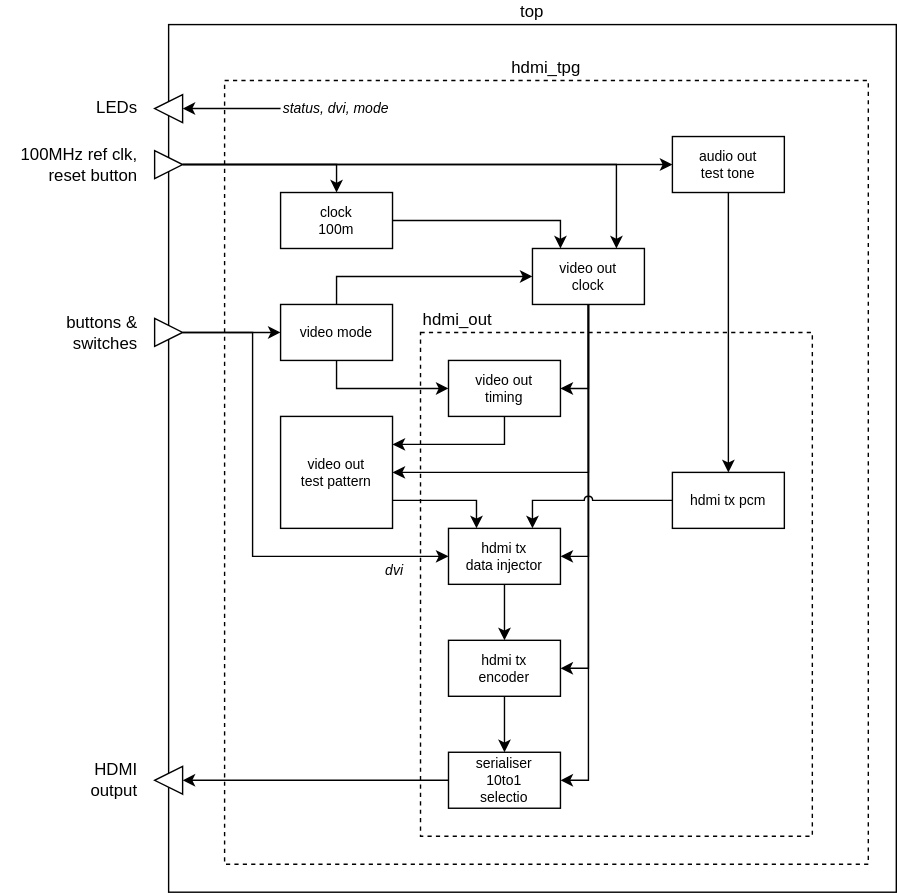
This is doc/hdmi_tpg/hdmi_tpg.svg from amb5l/tyto_project, a draw.io export, as it was before one commit. Source tidied: cells renumbered, new cells last; positions are measured from the earlier drawing's top-left corner, leaving out a move shared by most shapes.
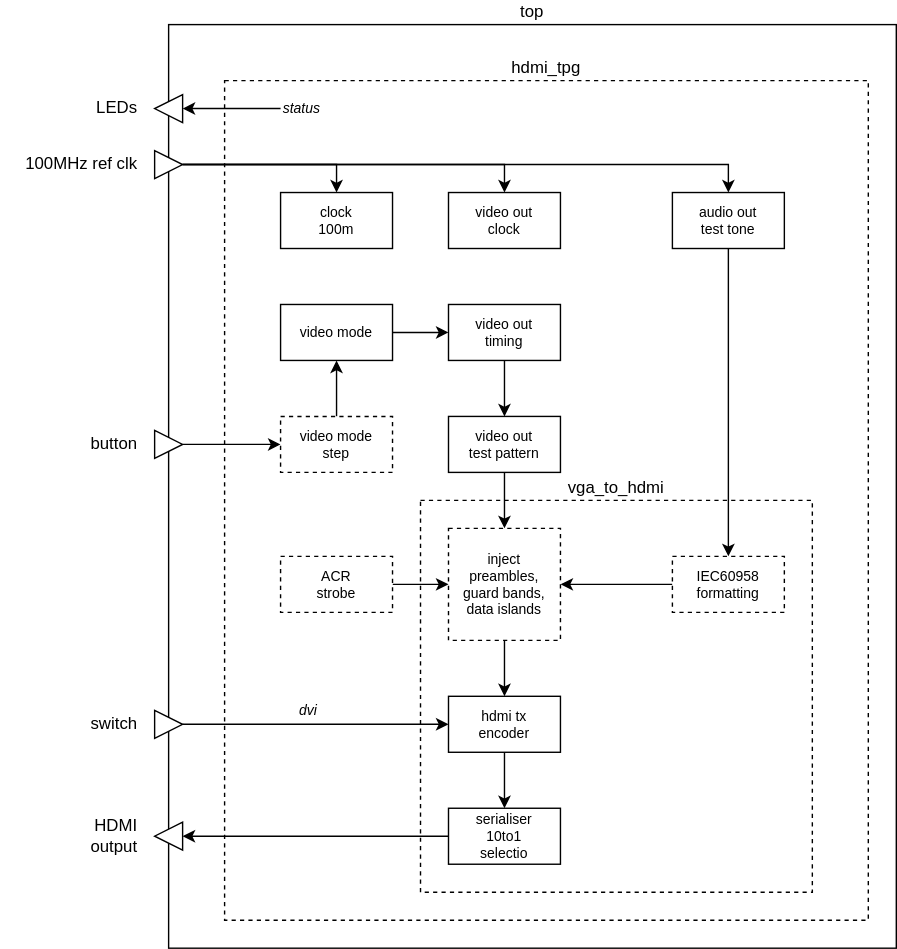
Later version of the same file.

Commit message:
hdmi_tpg: switch to new vga_to_hdmi IP core

The edit, as a diff of the source:
```diff
@@ -3,72 +3,46 @@
     <mxCell id="0" />
     <mxCell id="1" parent="0" />
     <mxCell id="2" value="top" style="rounded=0;whiteSpace=wrap;html=1;fontSize=12;glass=0;strokeWidth=1;shadow=0;labelPosition=center;verticalLabelPosition=top;align=center;verticalAlign=bottom;fillColor=none;" parent="1" vertex="1">
-      <mxGeometry x="120" width="520" height="620" as="geometry" />
+      <mxGeometry x="120" width="520" height="660" as="geometry" />
     </mxCell>
     <mxCell id="3" value="hdmi_tpg" style="rounded=0;whiteSpace=wrap;html=1;fontSize=12;glass=0;strokeWidth=1;shadow=0;labelPosition=center;verticalLabelPosition=top;align=center;verticalAlign=bottom;fillColor=none;dashed=1;" parent="1" vertex="1">
-      <mxGeometry x="160" y="40" width="460" height="560" as="geometry" />
+      <mxGeometry x="160" y="40" width="460" height="600" as="geometry" />
     </mxCell>
-    <mxCell id="4" value="hdmi_out" style="rounded=0;whiteSpace=wrap;html=1;fontSize=12;glass=0;strokeWidth=1;shadow=0;labelPosition=center;verticalLabelPosition=top;align=left;verticalAlign=bottom;fillColor=none;dashed=1;" parent="1" vertex="1">
-      <mxGeometry x="300" y="220" width="280" height="360" as="geometry" />
+    <mxCell id="4" value="vga_to_hdmi" style="rounded=0;whiteSpace=wrap;html=1;fontSize=12;glass=0;strokeWidth=1;shadow=0;labelPosition=center;verticalLabelPosition=top;align=center;verticalAlign=bottom;fillColor=none;dashed=1;" parent="1" vertex="1">
+      <mxGeometry x="300" y="340" width="280" height="280" as="geometry" />
     </mxCell>
     <mxCell id="5" style="edgeStyle=orthogonalEdgeStyle;rounded=0;jumpStyle=arc;jettySize=auto;html=1;exitX=1;exitY=0.5;exitDx=0;exitDy=0;entryX=0.5;entryY=0;entryDx=0;entryDy=0;endArrow=classic;endFill=1;fontSize=10;" parent="1" edge="1" source="8" target="16">
       <mxGeometry relative="1" as="geometry" />
     </mxCell>
+    <mxCell id="7" style="edgeStyle=orthogonalEdgeStyle;rounded=0;jumpStyle=arc;jettySize=auto;html=1;exitX=1;exitY=0.5;exitDx=0;exitDy=0;entryX=0.5;entryY=0;entryDx=0;entryDy=0;endArrow=classic;endFill=1;fontSize=10;" parent="1" edge="1" source="8" target="22">
+      <mxGeometry relative="1" as="geometry" />
+    </mxCell>
-    <mxCell id="6" style="edgeStyle=orthogonalEdgeStyle;rounded=0;jumpStyle=arc;jettySize=auto;html=1;exitX=1;exitY=0.5;exitDx=0;exitDy=0;entryX=0;entryY=0.5;entryDx=0;entryDy=0;endArrow=classic;endFill=1;fontSize=10;" parent="1" edge="1" source="8" target="31">
+    <mxCell id="6" style="edgeStyle=orthogonalEdgeStyle;rounded=0;jettySize=auto;html=1;exitX=1;exitY=0.5;exitDx=0;exitDy=0;entryX=0.5;entryY=0;entryDx=0;entryDy=0;" parent="1" edge="1" source="8" target="31">
       <mxGeometry relative="1" as="geometry" />
     </mxCell>
-    <mxCell id="7" style="edgeStyle=orthogonalEdgeStyle;rounded=0;jumpStyle=arc;jettySize=auto;html=1;exitX=1;exitY=0.5;exitDx=0;exitDy=0;entryX=0.75;entryY=0;entryDx=0;entryDy=0;endArrow=classic;endFill=1;fontSize=10;" parent="1" edge="1" source="8" target="22">
-      <mxGeometry relative="1" as="geometry" />
-    </mxCell>
     <mxCell id="8" style="triangle;whiteSpace=wrap;html=1;" parent="1" vertex="1">
       <mxGeometry x="110" y="90" width="20" height="20" as="geometry" />
     </mxCell>
-    <mxCell id="9" value="100MHz ref clk, reset button" style="text;html=1;strokeColor=none;fillColor=none;align=right;verticalAlign=middle;whiteSpace=wrap;rounded=0;" parent="1" vertex="1">
+    <mxCell id="9" value="100MHz ref clk" style="text;html=1;strokeColor=none;fillColor=none;align=right;verticalAlign=middle;whiteSpace=wrap;rounded=0;" parent="1" vertex="1">
       <mxGeometry y="90" width="100" height="20" as="geometry" />
     </mxCell>
     <mxCell id="10" value="HDMI output" style="text;html=1;strokeColor=none;fillColor=none;align=right;verticalAlign=middle;whiteSpace=wrap;rounded=0;" parent="1" vertex="1">
-      <mxGeometry x="40" y="530" width="60" height="20" as="geometry" />
+      <mxGeometry x="40" y="570" width="60" height="20" as="geometry" />
     </mxCell>
-    <mxCell id="11" style="edgeStyle=orthogonalEdgeStyle;rounded=0;jumpStyle=arc;jettySize=auto;html=1;exitX=1;exitY=0.5;exitDx=0;exitDy=0;entryX=0;entryY=0.5;entryDx=0;entryDy=0;endArrow=classic;endFill=1;fontSize=10;" parent="1" edge="1" source="13" target="27">
+    <mxCell id="11" style="edgeStyle=orthogonalEdgeStyle;rounded=0;jumpStyle=arc;jettySize=auto;html=1;exitX=1;exitY=0.5;exitDx=0;exitDy=0;entryX=0;entryY=0.5;entryDx=0;entryDy=0;endArrow=classic;endFill=1;fontSize=10;" parent="1" edge="1" source="13" target="54">
       <mxGeometry relative="1" as="geometry" />
     </mxCell>
-    <mxCell id="12" style="edgeStyle=orthogonalEdgeStyle;rounded=0;jettySize=auto;html=1;exitX=1;exitY=0.5;exitDx=0;exitDy=0;entryX=0;entryY=0.5;entryDx=0;entryDy=0;" parent="1" edge="1" source="13" target="28">
-      <mxGeometry relative="1" as="geometry">
-        <Array as="points">
-          <mxPoint x="180" y="220" />
-          <mxPoint x="180" y="380" />
-        </Array>
-      </mxGeometry>
-    </mxCell>
     <mxCell id="13" style="triangle;whiteSpace=wrap;html=1;" parent="1" vertex="1">
-      <mxGeometry x="110" y="210" width="20" height="20" as="geometry" />
+      <mxGeometry x="110" y="290" width="20" height="20" as="geometry" />
     </mxCell>
-    <mxCell id="14" value="buttons &amp;amp; switches" style="text;html=1;strokeColor=none;fillColor=none;align=right;verticalAlign=middle;whiteSpace=wrap;rounded=0;" parent="1" vertex="1">
-      <mxGeometry y="210" width="100" height="20" as="geometry" />
+    <mxCell id="14" value="button" style="text;html=1;strokeColor=none;fillColor=none;align=right;verticalAlign=middle;whiteSpace=wrap;rounded=0;" parent="1" vertex="1">
+      <mxGeometry y="290" width="100" height="20" as="geometry" />
     </mxCell>
-    <mxCell id="15" style="edgeStyle=orthogonalEdgeStyle;rounded=0;jumpStyle=arc;jettySize=auto;html=1;exitX=1;exitY=0.5;exitDx=0;exitDy=0;endArrow=classic;endFill=1;fontSize=10;entryX=0.25;entryY=0;entryDx=0;entryDy=0;" parent="1" edge="1" source="16" target="22">
-      <mxGeometry relative="1" as="geometry" />
-    </mxCell>
     <mxCell id="16" value="clock&lt;br&gt;100m" style="rounded=0;whiteSpace=wrap;html=1;fontSize=10;glass=0;strokeWidth=1;shadow=0;" parent="1" vertex="1">
       <mxGeometry x="200" y="120" width="80" height="40" as="geometry" />
     </mxCell>
-    <mxCell id="17" style="edgeStyle=orthogonalEdgeStyle;rounded=0;jettySize=auto;html=1;exitX=0.5;exitY=1;exitDx=0;exitDy=0;entryX=1;entryY=0.5;entryDx=0;entryDy=0;" parent="1" edge="1" source="22" target="35">
-      <mxGeometry relative="1" as="geometry" />
-    </mxCell>
-    <mxCell id="18" style="edgeStyle=orthogonalEdgeStyle;rounded=0;jettySize=auto;html=1;exitX=0.5;exitY=1;exitDx=0;exitDy=0;entryX=1;entryY=0.5;entryDx=0;entryDy=0;" parent="1" edge="1" source="22" target="33">
-      <mxGeometry relative="1" as="geometry" />
-    </mxCell>
-    <mxCell id="19" style="edgeStyle=orthogonalEdgeStyle;rounded=0;jettySize=auto;html=1;exitX=0.5;exitY=1;exitDx=0;exitDy=0;entryX=1;entryY=0.5;entryDx=0;entryDy=0;" parent="1" edge="1" source="22" target="28">
-      <mxGeometry relative="1" as="geometry" />
-    </mxCell>
-    <mxCell id="20" style="edgeStyle=orthogonalEdgeStyle;rounded=0;jumpStyle=arc;jettySize=auto;html=1;exitX=0.5;exitY=1;exitDx=0;exitDy=0;entryX=1;entryY=0.5;entryDx=0;entryDy=0;" parent="1" edge="1" source="22" target="36">
-      <mxGeometry relative="1" as="geometry" />
-    </mxCell>
-    <mxCell id="21" style="edgeStyle=orthogonalEdgeStyle;rounded=0;jumpStyle=arc;jettySize=auto;html=1;exitX=0.5;exitY=1;exitDx=0;exitDy=0;entryX=1;entryY=0.5;entryDx=0;entryDy=0;" parent="1" edge="1" source="22" target="38">
-      <mxGeometry relative="1" as="geometry" />
-    </mxCell>
     <mxCell id="22" value="video out&lt;br style=&quot;font-size: 10px;&quot;&gt;clock" style="rounded=0;whiteSpace=wrap;html=1;fontSize=10;glass=0;strokeWidth=1;shadow=0;" parent="1" vertex="1">
-      <mxGeometry x="380" y="160" width="80" height="40" as="geometry" />
+      <mxGeometry x="320" y="120" width="80" height="40" as="geometry" />
     </mxCell>
     <mxCell id="23" style="triangle;whiteSpace=wrap;html=1;rotation=-180;" parent="1" vertex="1">
       <mxGeometry x="110" y="50" width="20" height="20" as="geometry" />
@@ -76,68 +50,86 @@
     <mxCell id="24" value="LEDs" style="text;html=1;strokeColor=none;fillColor=none;align=right;verticalAlign=middle;whiteSpace=wrap;rounded=0;" parent="1" vertex="1">
       <mxGeometry y="50" width="100" height="20" as="geometry" />
     </mxCell>
-    <mxCell id="25" style="edgeStyle=orthogonalEdgeStyle;rounded=0;jettySize=auto;html=1;exitX=0.5;exitY=1;exitDx=0;exitDy=0;entryX=0;entryY=0.5;entryDx=0;entryDy=0;" parent="1" edge="1" source="27" target="35">
+    <mxCell id="25" style="edgeStyle=orthogonalEdgeStyle;rounded=0;jettySize=auto;html=1;exitX=1;exitY=0.5;exitDx=0;exitDy=0;" parent="1" edge="1" source="27" target="35">
       <mxGeometry relative="1" as="geometry" />
     </mxCell>
-    <mxCell id="26" style="edgeStyle=orthogonalEdgeStyle;rounded=0;jettySize=auto;html=1;exitX=0.5;exitY=0;exitDx=0;exitDy=0;" parent="1" edge="1" source="27" target="22">
-      <mxGeometry relative="1" as="geometry" />
-    </mxCell>
     <mxCell id="27" value="video mode" style="rounded=0;whiteSpace=wrap;html=1;fontSize=10;glass=0;strokeWidth=1;shadow=0;" parent="1" vertex="1">
       <mxGeometry x="200" y="200" width="80" height="40" as="geometry" />
     </mxCell>
-    <mxCell id="28" value="hdmi tx&lt;br style=&quot;font-size: 10px;&quot;&gt;data injector" style="rounded=0;whiteSpace=wrap;html=1;fontSize=10;glass=0;strokeWidth=1;shadow=0;" parent="1" vertex="1">
-      <mxGeometry x="320" y="360" width="80" height="40" as="geometry" />
-    </mxCell>
-    <mxCell id="29" value="hdmi tx pcm" style="rounded=0;whiteSpace=wrap;html=1;fontSize=10;glass=0;strokeWidth=1;shadow=0;" parent="1" vertex="1">
-      <mxGeometry x="480" y="320" width="80" height="40" as="geometry" />
-    </mxCell>
-    <mxCell id="30" style="edgeStyle=orthogonalEdgeStyle;rounded=0;jettySize=auto;html=1;exitX=0.5;exitY=1;exitDx=0;exitDy=0;entryX=0.5;entryY=0;entryDx=0;entryDy=0;" parent="1" edge="1" source="31" target="29">
+    <mxCell id="30" style="edgeStyle=orthogonalEdgeStyle;rounded=0;jettySize=auto;html=1;exitX=0.5;exitY=1;exitDx=0;exitDy=0;entryX=0.5;entryY=0;entryDx=0;entryDy=0;" parent="1" edge="1" source="31" target="48">
       <mxGeometry relative="1" as="geometry" />
     </mxCell>
     <mxCell id="31" value="audio out&lt;br style=&quot;font-size: 10px;&quot;&gt;test tone" style="rounded=0;whiteSpace=wrap;html=1;fontSize=10;glass=0;strokeWidth=1;shadow=0;" parent="1" vertex="1">
-      <mxGeometry x="480" y="80" width="80" height="40" as="geometry" />
+      <mxGeometry x="480" y="120" width="80" height="40" as="geometry" />
     </mxCell>
-    <mxCell id="32" style="edgeStyle=orthogonalEdgeStyle;rounded=0;jumpStyle=arc;jettySize=auto;html=1;exitX=1;exitY=0.75;exitDx=0;exitDy=0;entryX=0.25;entryY=0;entryDx=0;entryDy=0;fontSize=10;" parent="1" edge="1" source="33" target="28">
-      <mxGeometry relative="1" as="geometry" />
-    </mxCell>
+    <mxCell id="46" style="edgeStyle=orthogonalEdgeStyle;rounded=0;jettySize=auto;html=1;exitX=0.5;exitY=1;exitDx=0;exitDy=0;entryX=0.5;entryY=0;entryDx=0;entryDy=0;" parent="1" edge="1" source="33" target="50">
+      <mxGeometry relative="1" as="geometry" />
+    </mxCell>
     <mxCell id="33" value="video out&lt;br style=&quot;font-size: 10px;&quot;&gt;test pattern" style="rounded=0;whiteSpace=wrap;html=1;fontSize=10;glass=0;strokeWidth=1;shadow=0;" parent="1" vertex="1">
-      <mxGeometry x="200" y="280" width="80" height="80" as="geometry" />
+      <mxGeometry x="320" y="280" width="80" height="40" as="geometry" />
     </mxCell>
-    <mxCell id="34" style="edgeStyle=orthogonalEdgeStyle;rounded=0;jumpStyle=arc;jettySize=auto;html=1;exitX=0.5;exitY=1;exitDx=0;exitDy=0;entryX=1;entryY=0.25;entryDx=0;entryDy=0;fontSize=10;" parent="1" edge="1" source="35" target="33">
+    <mxCell id="34" style="edgeStyle=orthogonalEdgeStyle;rounded=0;jettySize=auto;html=1;exitX=0.5;exitY=1;exitDx=0;exitDy=0;entryX=0.5;entryY=0;entryDx=0;entryDy=0;" parent="1" edge="1" source="35" target="33">
       <mxGeometry relative="1" as="geometry" />
     </mxCell>
     <mxCell id="35" value="video out&lt;br style=&quot;font-size: 10px&quot;&gt;timing" style="rounded=0;whiteSpace=wrap;html=1;fontSize=10;glass=0;strokeWidth=1;shadow=0;" parent="1" vertex="1">
-      <mxGeometry x="320" y="240" width="80" height="40" as="geometry" />
+      <mxGeometry x="320" y="200" width="80" height="40" as="geometry" />
     </mxCell>
+    <mxCell id="40" style="edgeStyle=orthogonalEdgeStyle;rounded=0;jettySize=auto;html=1;exitX=0.5;exitY=1;exitDx=0;exitDy=0;entryX=0.5;entryY=0;entryDx=0;entryDy=0;" parent="1" edge="1" source="36" target="38">
+      <mxGeometry relative="1" as="geometry" />
+    </mxCell>
     <mxCell id="36" value="hdmi tx&lt;br style=&quot;font-size: 10px;&quot;&gt;encoder" style="rounded=0;whiteSpace=wrap;html=1;fontSize=10;glass=0;strokeWidth=1;shadow=0;" parent="1" vertex="1">
-      <mxGeometry x="320" y="440" width="80" height="40" as="geometry" />
+      <mxGeometry x="320" y="480" width="80" height="40" as="geometry" />
     </mxCell>
     <mxCell id="37" style="edgeStyle=orthogonalEdgeStyle;rounded=0;jumpStyle=arc;jettySize=auto;html=1;exitX=0;exitY=0.5;exitDx=0;exitDy=0;entryX=0;entryY=0.5;entryDx=0;entryDy=0;endArrow=classic;endFill=1;fontSize=10;" parent="1" edge="1" source="38" target="41">
       <mxGeometry relative="1" as="geometry" />
     </mxCell>
     <mxCell id="38" value="serialiser&lt;br&gt;10to1&lt;br style=&quot;font-size: 10px&quot;&gt;selectio" style="rounded=0;whiteSpace=wrap;html=1;fontSize=10;glass=0;strokeWidth=1;shadow=0;" parent="1" vertex="1">
-      <mxGeometry x="320" y="520" width="80" height="40" as="geometry" />
+      <mxGeometry x="320" y="560" width="80" height="40" as="geometry" />
     </mxCell>
-    <mxCell id="39" style="endArrow=classic;html=1;entryX=0.5;entryY=0;entryDx=0;entryDy=0;exitX=0.5;exitY=1;exitDx=0;exitDy=0;" parent="1" edge="1" source="28" target="36">
-      <mxGeometry relative="1" as="geometry" />
-    </mxCell>
-    <mxCell id="40" style="endArrow=classic;html=1;entryX=0.5;entryY=0;entryDx=0;entryDy=0;exitX=0.5;exitY=1;exitDx=0;exitDy=0;" parent="1" edge="1" source="36" target="38">
-      <mxGeometry relative="1" as="geometry" />
-    </mxCell>
     <mxCell id="41" style="triangle;whiteSpace=wrap;html=1;rotation=-180;" parent="1" vertex="1">
-      <mxGeometry x="110" y="530" width="20" height="20" as="geometry" />
+      <mxGeometry x="110" y="570" width="20" height="20" as="geometry" />
     </mxCell>
     <mxCell id="42" style="edgeStyle=orthogonalEdgeStyle;rounded=0;jumpStyle=arc;jettySize=auto;html=1;exitX=0;exitY=0.5;exitDx=0;exitDy=0;entryX=0;entryY=0.5;entryDx=0;entryDy=0;endArrow=classic;endFill=1;fontSize=10;" parent="1" edge="1" source="44" target="23">
       <mxGeometry relative="1" as="geometry" />
     </mxCell>
+    <mxCell id="44" value="&lt;span style=&quot;font-size: 10px&quot;&gt;status&lt;br style=&quot;font-size: 10px&quot;&gt;&lt;/span&gt;" style="text;html=1;strokeColor=none;fillColor=none;align=left;verticalAlign=middle;whiteSpace=wrap;rounded=0;fontStyle=2;fontSize=10;" parent="1" vertex="1">
+      <mxGeometry x="200" y="50" width="160" height="20" as="geometry" />
+    </mxCell>
+    <mxCell id="47" style="edgeStyle=orthogonalEdgeStyle;rounded=0;jettySize=auto;html=1;exitX=0;exitY=0.5;exitDx=0;exitDy=0;entryX=1;entryY=0.5;entryDx=0;entryDy=0;" parent="1" edge="1" source="48" target="50">
+      <mxGeometry relative="1" as="geometry" />
+    </mxCell>
+    <mxCell id="48" value="IEC60958&lt;br&gt;formatting" style="rounded=0;whiteSpace=wrap;html=1;fontSize=10;glass=0;strokeWidth=1;shadow=0;dashed=1;" parent="1" vertex="1">
+      <mxGeometry x="480" y="380" width="80" height="40" as="geometry" />
+    </mxCell>
+    <mxCell id="49" style="edgeStyle=orthogonalEdgeStyle;rounded=0;jettySize=auto;html=1;exitX=0.5;exitY=1;exitDx=0;exitDy=0;entryX=0.5;entryY=0;entryDx=0;entryDy=0;" parent="1" edge="1" source="50" target="36">
+      <mxGeometry relative="1" as="geometry" />
+    </mxCell>
+    <mxCell id="50" value="inject&lt;br&gt;preambles,&lt;br&gt;guard bands,&lt;br&gt;data islands" style="rounded=0;whiteSpace=wrap;html=1;fontSize=10;glass=0;strokeWidth=1;shadow=0;dashed=1;" parent="1" vertex="1">
+      <mxGeometry x="320" y="360" width="80" height="80" as="geometry" />
+    </mxCell>
+    <mxCell id="51" style="edgeStyle=orthogonalEdgeStyle;rounded=0;jettySize=auto;html=1;exitX=1;exitY=0.5;exitDx=0;exitDy=0;entryX=0;entryY=0.5;entryDx=0;entryDy=0;" parent="1" edge="1" source="52" target="50">
+      <mxGeometry relative="1" as="geometry" />
+    </mxCell>
+    <mxCell id="52" value="ACR&lt;br&gt;strobe" style="rounded=0;whiteSpace=wrap;html=1;fontSize=10;glass=0;strokeWidth=1;shadow=0;dashed=1;" parent="1" vertex="1">
+      <mxGeometry x="200" y="380" width="80" height="40" as="geometry" />
+    </mxCell>
+    <mxCell id="53" style="edgeStyle=orthogonalEdgeStyle;rounded=0;jettySize=auto;html=1;exitX=0.5;exitY=0;exitDx=0;exitDy=0;" parent="1" edge="1" source="54" target="27">
+      <mxGeometry relative="1" as="geometry" />
+    </mxCell>
+    <mxCell id="54" value="video mode&lt;br&gt;step" style="rounded=0;whiteSpace=wrap;html=1;fontSize=10;glass=0;strokeWidth=1;shadow=0;dashed=1;" parent="1" vertex="1">
+      <mxGeometry x="200" y="280" width="80" height="40" as="geometry" />
+    </mxCell>
+    <mxCell id="55" style="edgeStyle=orthogonalEdgeStyle;rounded=0;jumpStyle=arc;jettySize=auto;html=1;exitX=1;exitY=0.5;exitDx=0;exitDy=0;entryX=0;entryY=0.5;entryDx=0;entryDy=0;endArrow=classic;endFill=1;fontSize=10;" parent="1" edge="1" source="56" target="36">
+      <mxGeometry relative="1" as="geometry" />
+    </mxCell>
+    <mxCell id="56" style="triangle;whiteSpace=wrap;html=1;" parent="1" vertex="1">
+      <mxGeometry x="110" y="490" width="20" height="20" as="geometry" />
+    </mxCell>
+    <mxCell id="57" value="switch" style="text;html=1;strokeColor=none;fillColor=none;align=right;verticalAlign=middle;whiteSpace=wrap;rounded=0;" parent="1" vertex="1">
+      <mxGeometry y="490" width="100" height="20" as="geometry" />
+    </mxCell>
-    <mxCell id="43" value="&lt;span style=&quot;font-size: 10px&quot;&gt;dvi&lt;br style=&quot;font-size: 10px&quot;&gt;&lt;/span&gt;" style="text;html=1;strokeColor=none;fillColor=none;align=right;verticalAlign=middle;whiteSpace=wrap;rounded=0;fontStyle=2;fontSize=10;" parent="1" vertex="1">
-      <mxGeometry x="230" y="380" width="60" height="20" as="geometry" />
+    <mxCell id="43" value="&lt;span style=&quot;font-size: 10px&quot;&gt;dvi&lt;br style=&quot;font-size: 10px&quot;&gt;&lt;/span&gt;" style="text;html=1;strokeColor=none;fillColor=none;align=center;verticalAlign=middle;whiteSpace=wrap;rounded=0;fontStyle=2;fontSize=10;" parent="1" vertex="1">
+      <mxGeometry x="180" y="480" width="80" height="20" as="geometry" />
     </mxCell>
-    <mxCell id="44" value="&lt;span style=&quot;font-size: 10px&quot;&gt;status, dvi, mode&lt;br style=&quot;font-size: 10px&quot;&gt;&lt;/span&gt;" style="text;html=1;strokeColor=none;fillColor=none;align=left;verticalAlign=middle;whiteSpace=wrap;rounded=0;fontStyle=2;fontSize=10;" parent="1" vertex="1">
-      <mxGeometry x="200" y="50" width="160" height="20" as="geometry" />
-    </mxCell>
-    <mxCell id="45" style="edgeStyle=orthogonalEdgeStyle;rounded=0;jumpStyle=arc;jettySize=auto;html=1;exitX=0;exitY=0.5;exitDx=0;exitDy=0;entryX=0.75;entryY=0;entryDx=0;entryDy=0;" parent="1" edge="1" source="29" target="28">
-      <mxGeometry relative="1" as="geometry" />
-    </mxCell>
   </root>
 </mxGraphModel>
```
